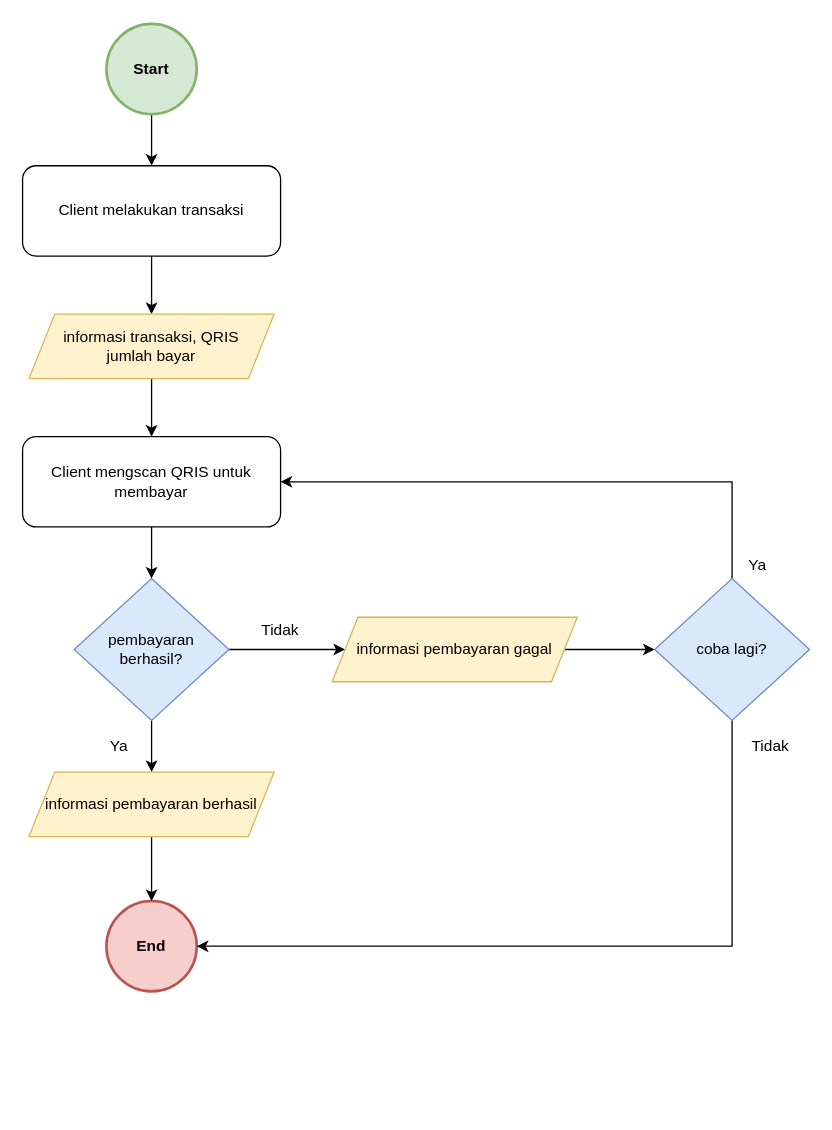
The draw.io diagram diagrams/user_flow/client_melakukan_pembayaran_latihan.drawio in SynergyStudioBandung/synergy_studio_docs, before the edit. Source tidied: cells renumbered, new cells numbered last; positions are measured from the earlier drawing's top-left corner, leaving out a move shared by most shapes. Both pictures are drawn from the tidied source at 129%, with x=0, y=0 at pixel (22, 23).
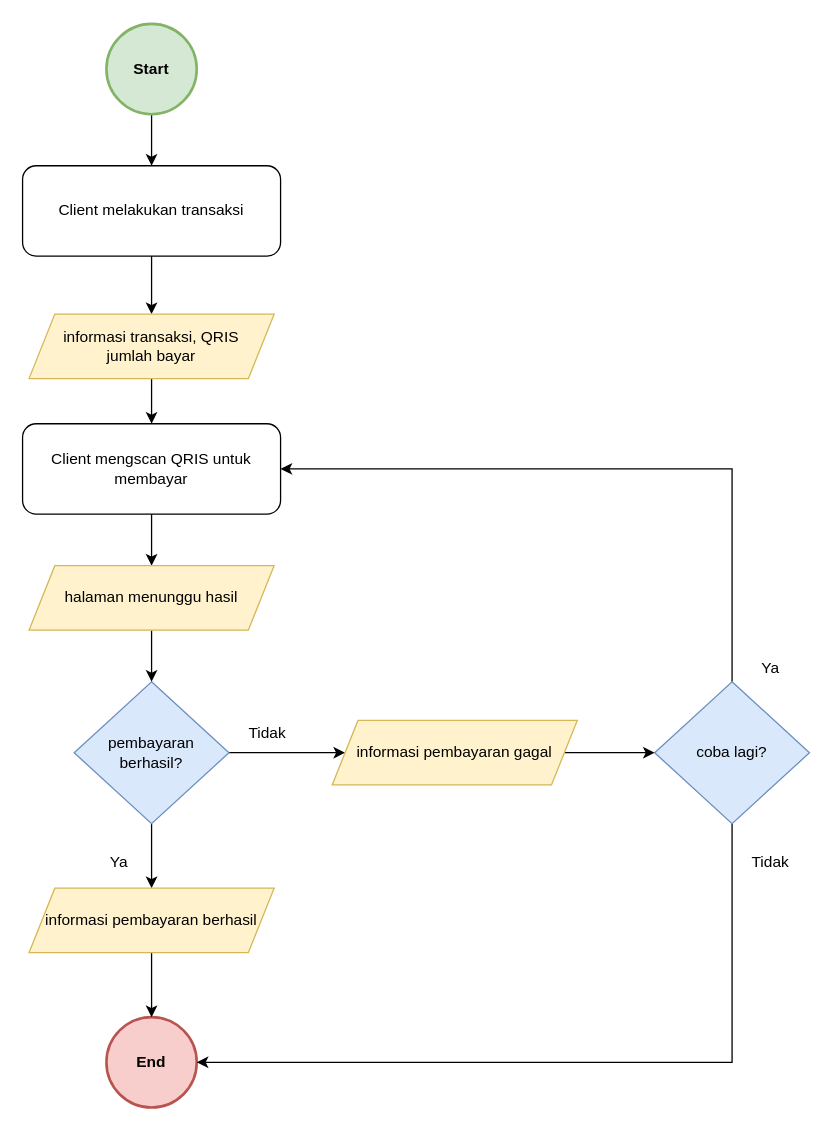
The same diagram, later.

The edit, as a diff of the source:
```diff
@@
     <mxCell id="2" value="End" style="ellipse;whiteSpace=wrap;html=1;fillColor=#f8cecc;strokeColor=#b85450;fontStyle=1;strokeWidth=2;" parent="1" vertex="1">
-      <mxGeometry x="65" y="680" width="70" height="70" as="geometry" />
+      <mxGeometry x="65" y="770" width="70" height="70" as="geometry" />
     </mxCell>
@@
+    <mxCell id="6" style="edgeStyle=orthogonalEdgeStyle;rounded=0;jettySize=auto;html=1;entryX=1;entryY=0.5;entryDx=0;entryDy=0;" parent="1" edge="1" source="7" target="2">
+      <mxGeometry relative="1" as="geometry">
+        <Array as="points">
+          <mxPoint x="550" y="805" />
+        </Array>
+      </mxGeometry>
+    </mxCell>
     <mxCell id="5" style="edgeStyle=orthogonalEdgeStyle;rounded=0;jettySize=auto;html=1;entryX=1;entryY=0.5;entryDx=0;entryDy=0;" parent="1" edge="1" source="7" target="19">
       <mxGeometry relative="1" as="geometry">
         <Array as="points">
-          <mxPoint x="550" y="355" />
+          <mxPoint x="550" y="345" />
         </Array>
       </mxGeometry>
     </mxCell>
-    <mxCell id="6" style="edgeStyle=orthogonalEdgeStyle;rounded=0;jettySize=auto;html=1;entryX=1;entryY=0.5;entryDx=0;entryDy=0;" parent="1" edge="1" source="7" target="2">
-      <mxGeometry relative="1" as="geometry">
-        <Array as="points">
-          <mxPoint x="550" y="715" />
-        </Array>
-      </mxGeometry>
-    </mxCell>
     <mxCell id="7" value="coba lagi?" style="rhombus;whiteSpace=wrap;html=1;strokeWidth=1;fillColor=#dae8fc;strokeColor=#6c8ebf;" parent="1" vertex="1">
-      <mxGeometry x="490" y="430" width="120" height="110" as="geometry" />
+      <mxGeometry x="490" y="510" width="120" height="110" as="geometry" />
     </mxCell>
@@
     <mxCell id="10" value="&lt;font color=&quot;#000000&quot;&gt;Tidak&lt;/font&gt;" style="text;html=1;strokeColor=none;fillColor=none;align=center;verticalAlign=middle;whiteSpace=wrap;rounded=0;fontColor=#FFFFFF;" parent="1" vertex="1">
-      <mxGeometry x="570" y="550" width="20" height="20" as="geometry" />
+      <mxGeometry x="570" y="640" width="20" height="20" as="geometry" />
     </mxCell>
@@
     <mxCell id="15" value="pembayaran&lt;br&gt;berhasil?" style="rhombus;whiteSpace=wrap;html=1;strokeWidth=1;fillColor=#dae8fc;strokeColor=#6c8ebf;" parent="1" vertex="1">
-      <mxGeometry x="40" y="430" width="120" height="110" as="geometry" />
+      <mxGeometry x="40" y="510" width="120" height="110" as="geometry" />
     </mxCell>
     <mxCell id="16" value="&lt;font color=&quot;#000000&quot;&gt;Tidak&lt;/font&gt;" style="text;html=1;strokeColor=none;fillColor=none;align=center;verticalAlign=middle;whiteSpace=wrap;rounded=0;fontColor=#FFFFFF;" parent="1" vertex="1">
-      <mxGeometry x="190" y="460" width="20" height="20" as="geometry" />
+      <mxGeometry x="180" y="540" width="20" height="20" as="geometry" />
     </mxCell>
     <mxCell id="17" value="&lt;font color=&quot;#000000&quot;&gt;Ya&lt;/font&gt;" style="text;html=1;strokeColor=none;fillColor=none;align=center;verticalAlign=middle;whiteSpace=wrap;rounded=0;fontColor=#FFFFFF;" parent="1" vertex="1">
-      <mxGeometry x="65" y="550" width="20" height="20" as="geometry" />
+      <mxGeometry x="65" y="640" width="20" height="20" as="geometry" />
     </mxCell>
-    <mxCell id="18" style="edgeStyle=orthogonalEdgeStyle;rounded=0;jettySize=auto;html=1;" parent="1" edge="1" source="19" target="15">
-      <mxGeometry relative="1" as="geometry" />
-    </mxCell>
+    <mxCell id="25" style="edgeStyle=orthogonalEdgeStyle;rounded=0;jettySize=auto;html=1;" parent="1" edge="1" source="19" target="27">
+      <mxGeometry relative="1" as="geometry" />
+    </mxCell>
     <mxCell id="19" value="Client mengscan QRIS untuk&lt;br&gt;membayar" style="rounded=1;whiteSpace=wrap;html=1;fontSize=12;glass=0;strokeWidth=1;shadow=0;" parent="1" vertex="1">
-      <mxGeometry y="320" width="200" height="70" as="geometry" />
+      <mxGeometry y="310" width="200" height="70" as="geometry" />
     </mxCell>
@@
     <mxCell id="21" value="informasi pembayaran berhasil" style="shape=parallelogram;perimeter=parallelogramPerimeter;whiteSpace=wrap;html=1;fixedSize=1;strokeWidth=1;fillColor=#fff2cc;strokeColor=#d6b656;" parent="1" vertex="1">
-      <mxGeometry x="5" y="580" width="190" height="50" as="geometry" />
+      <mxGeometry x="5" y="670" width="190" height="50" as="geometry" />
     </mxCell>
@@
     <mxCell id="23" value="informasi pembayaran gagal" style="shape=parallelogram;perimeter=parallelogramPerimeter;whiteSpace=wrap;html=1;fixedSize=1;strokeWidth=1;fillColor=#fff2cc;strokeColor=#d6b656;" parent="1" vertex="1">
-      <mxGeometry x="240" y="460" width="190" height="50" as="geometry" />
+      <mxGeometry x="240" y="540" width="190" height="50" as="geometry" />
     </mxCell>
     <mxCell id="24" value="&lt;font color=&quot;#000000&quot;&gt;Ya&lt;/font&gt;" style="text;html=1;strokeColor=none;fillColor=none;align=center;verticalAlign=middle;whiteSpace=wrap;rounded=0;fontColor=#FFFFFF;" parent="1" vertex="1">
-      <mxGeometry x="560" y="410" width="20" height="20" as="geometry" />
+      <mxGeometry x="570" y="490" width="20" height="20" as="geometry" />
     </mxCell>
+    <mxCell id="26" style="edgeStyle=orthogonalEdgeStyle;rounded=0;jettySize=auto;html=1;" parent="1" edge="1" source="27" target="15">
+      <mxGeometry relative="1" as="geometry" />
+    </mxCell>
+    <mxCell id="27" value="halaman menunggu hasil" style="shape=parallelogram;perimeter=parallelogramPerimeter;whiteSpace=wrap;html=1;fixedSize=1;strokeWidth=1;fillColor=#fff2cc;strokeColor=#d6b656;" parent="1" vertex="1">
+      <mxGeometry x="5" y="420" width="190" height="50" as="geometry" />
+    </mxCell>
```
